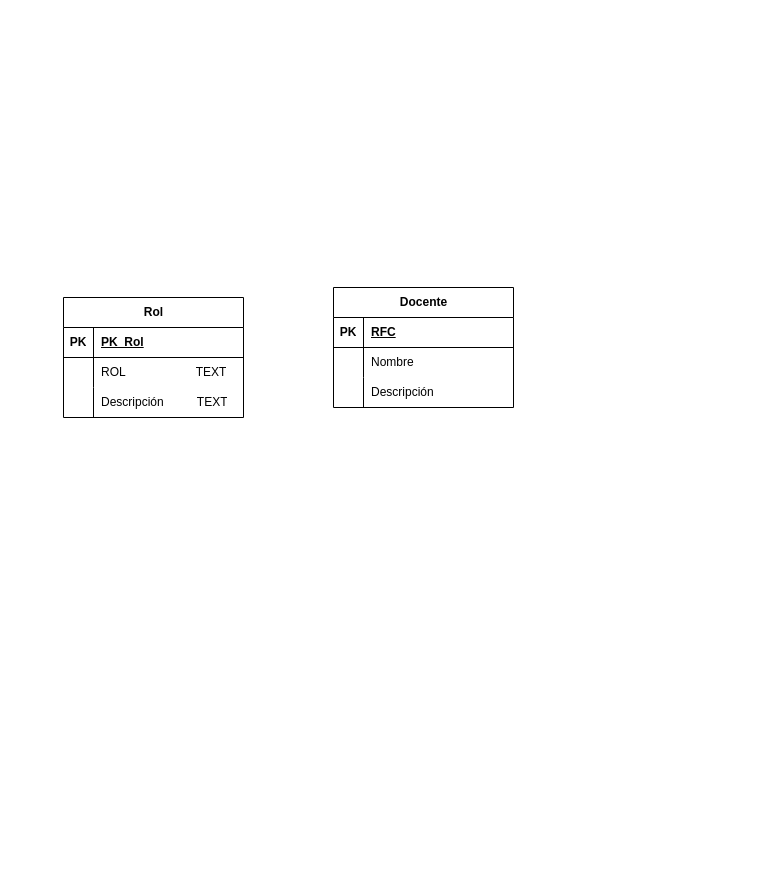
Earlier version of the draw.io diagram Diagrama sin título.drawio (OSCARCH2002/diagramas). Source tidied: cells renumbered, new cells numbered last; positions are measured from the earlier drawing's top-left corner, leaving out a move shared by most shapes. Both pictures are drawn from the tidied source at 100%, with x=0, y=0 at pixel (63, 287).
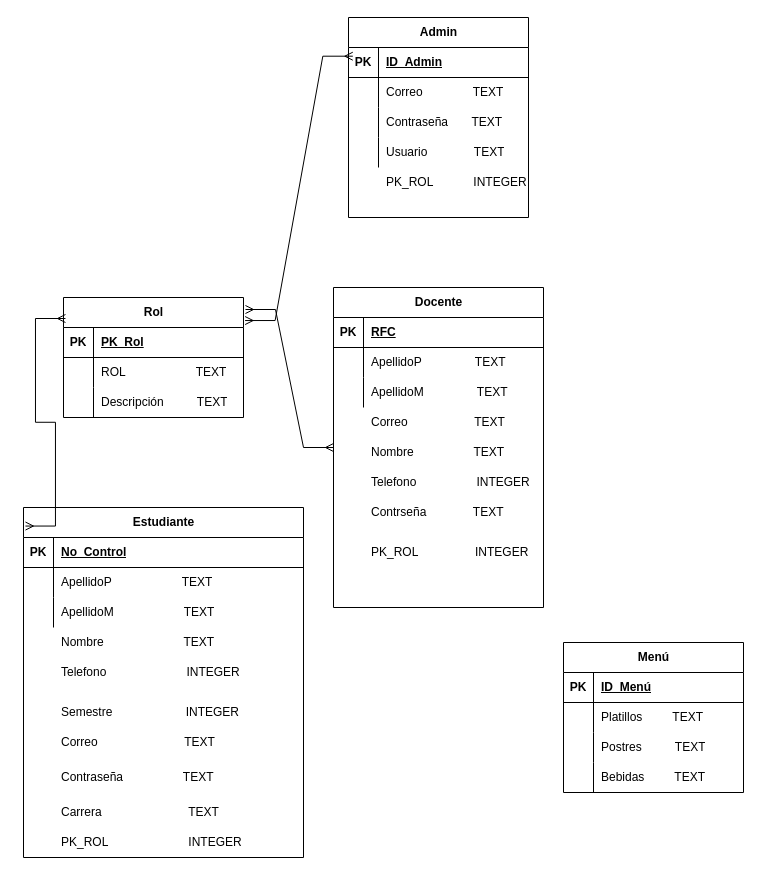
The same diagram, later.

Unchanged cells that the change refers to:
```xml
<mxCell id="2" value="Rol" style="shape=table;startSize=30;childLayout=tableLayout;rowLines=0;fontStyle=1;align=center;html=1;" parent="1" vertex="1">
  <mxGeometry y="10" width="180" height="120" as="geometry" />
</mxCell>
```

Diff of the diagram source:
```diff
@@
     <mxCell id="12" value="Docente" style="shape=table;startSize=30;childLayout=tableLayout;rowLines=0;fontStyle=1;align=center;html=1;" parent="1" vertex="1">
-      <mxGeometry x="270" width="180" height="120" as="geometry" />
+      <mxGeometry x="270" width="210" height="320" as="geometry" />
     </mxCell>
     <mxCell id="13" style="shape=tableRow;horizontal=0;startSize=0;swimlaneHead=0;swimlaneBody=0;fillColor=none;top=0;left=0;right=0;bottom=1;" parent="12" vertex="1">
-      <mxGeometry y="30" width="180" height="30" as="geometry" />
+      <mxGeometry y="30" width="210" height="30" as="geometry" />
     </mxCell>
@@
     <mxCell id="15" value="RFC" style="shape=partialRectangle;fillColor=none;top=0;left=0;bottom=0;right=0;align=left;spacingLeft=6;fontStyle=5;overflow=hidden;whiteSpace=wrap;html=1;" parent="13" vertex="1">
-      <mxGeometry x="30" width="150" height="30" as="geometry" />
+      <mxGeometry x="30" width="180" height="30" as="geometry" />
     </mxCell>
     <mxCell id="16" style="shape=tableRow;horizontal=0;startSize=0;swimlaneHead=0;swimlaneBody=0;fillColor=none;top=0;left=0;right=0;bottom=0;" parent="12" vertex="1">
-      <mxGeometry y="60" width="180" height="30" as="geometry" />
+      <mxGeometry y="60" width="210" height="30" as="geometry" />
     </mxCell>
@@
-    <mxCell id="18" value="Nombre" style="shape=partialRectangle;fillColor=none;top=0;left=0;bottom=0;right=0;align=left;spacingLeft=6;overflow=hidden;whiteSpace=wrap;html=1;" parent="16" vertex="1">
-      <mxGeometry x="30" width="150" height="30" as="geometry" />
+    <mxCell id="18" value="ApellidoP&amp;nbsp; &amp;nbsp; &amp;nbsp; &amp;nbsp; &amp;nbsp; &amp;nbsp; &amp;nbsp; &amp;nbsp; TEXT" style="shape=partialRectangle;fillColor=none;top=0;left=0;bottom=0;right=0;align=left;spacingLeft=6;overflow=hidden;whiteSpace=wrap;html=1;" parent="16" vertex="1">
+      <mxGeometry x="30" width="180" height="30" as="geometry" />
     </mxCell>
     <mxCell id="19" style="shape=tableRow;horizontal=0;startSize=0;swimlaneHead=0;swimlaneBody=0;fillColor=none;top=0;left=0;right=0;bottom=0;" parent="12" vertex="1">
-      <mxGeometry y="90" width="180" height="30" as="geometry" />
+      <mxGeometry y="90" width="210" height="30" as="geometry" />
     </mxCell>
@@
-    <mxCell id="21" value="Descripción" style="shape=partialRectangle;fillColor=none;top=0;left=0;bottom=0;right=0;align=left;spacingLeft=6;overflow=hidden;whiteSpace=wrap;html=1;" parent="19" vertex="1">
-      <mxGeometry x="30" width="150" height="30" as="geometry" />
+    <mxCell id="21" value="ApellidoM&amp;nbsp; &amp;nbsp; &amp;nbsp; &amp;nbsp; &amp;nbsp; &amp;nbsp; &amp;nbsp; &amp;nbsp; TEXT" style="shape=partialRectangle;fillColor=none;top=0;left=0;bottom=0;right=0;align=left;spacingLeft=6;overflow=hidden;whiteSpace=wrap;html=1;" parent="19" vertex="1">
+      <mxGeometry x="30" width="180" height="30" as="geometry" />
     </mxCell>
+    <mxCell id="22" value="Correo&amp;nbsp; &amp;nbsp; &amp;nbsp; &amp;nbsp; &amp;nbsp; &amp;nbsp; &amp;nbsp; &amp;nbsp; &amp;nbsp; &amp;nbsp; TEXT" style="shape=partialRectangle;fillColor=none;top=0;left=0;bottom=0;right=0;align=left;spacingLeft=6;overflow=hidden;whiteSpace=wrap;html=1;" parent="1" vertex="1">
+      <mxGeometry x="300" y="120" width="150" height="30" as="geometry" />
+    </mxCell>
+    <mxCell id="23" value="Nombre&amp;nbsp; &amp;nbsp; &amp;nbsp; &amp;nbsp; &amp;nbsp; &amp;nbsp; &amp;nbsp; &amp;nbsp; &amp;nbsp; TEXT" style="shape=partialRectangle;fillColor=none;top=0;left=0;bottom=0;right=0;align=left;spacingLeft=6;overflow=hidden;whiteSpace=wrap;html=1;" parent="1" vertex="1">
+      <mxGeometry x="300" y="150" width="150" height="30" as="geometry" />
+    </mxCell>
+    <mxCell id="24" value="Telefono&amp;nbsp; &amp;nbsp; &amp;nbsp; &amp;nbsp; &amp;nbsp; &amp;nbsp; &amp;nbsp; &amp;nbsp; &amp;nbsp; INTEGER" style="shape=partialRectangle;fillColor=none;top=0;left=0;bottom=0;right=0;align=left;spacingLeft=6;overflow=hidden;whiteSpace=wrap;html=1;" parent="1" vertex="1">
+      <mxGeometry x="300" y="180" width="170" height="30" as="geometry" />
+    </mxCell>
+    <mxCell id="25" style="edgeStyle=entityRelationEdgeStyle;fontSize=12;html=1;endArrow=ERmany;startArrow=ERmany;rounded=0;entryX=1.011;entryY=0.1;entryDx=0;entryDy=0;entryPerimeter=0;exitX=0;exitY=0.5;exitDx=0;exitDy=0;" parent="1" edge="1" source="12" target="2">
+      <mxGeometry relative="1" as="geometry" />
+    </mxCell>
+    <mxCell id="26" value="Estudiante" style="shape=table;startSize=30;childLayout=tableLayout;rowLines=0;fontStyle=1;align=center;html=1;" parent="1" vertex="1">
+      <mxGeometry x="-40" y="220" width="280" height="350" as="geometry" />
+    </mxCell>
+    <mxCell id="27" style="shape=tableRow;horizontal=0;startSize=0;swimlaneHead=0;swimlaneBody=0;fillColor=none;top=0;left=0;right=0;bottom=1;" parent="26" vertex="1">
+      <mxGeometry y="30" width="280" height="30" as="geometry" />
+    </mxCell>
+    <mxCell id="28" value="PK" style="shape=partialRectangle;fillColor=none;top=0;left=0;bottom=0;right=0;fontStyle=1;overflow=hidden;whiteSpace=wrap;html=1;" parent="27" vertex="1">
+      <mxGeometry width="30" height="30" as="geometry" />
+    </mxCell>
+    <mxCell id="29" value="No_Control" style="shape=partialRectangle;fillColor=none;top=0;left=0;bottom=0;right=0;align=left;spacingLeft=6;fontStyle=5;overflow=hidden;whiteSpace=wrap;html=1;" parent="27" vertex="1">
+      <mxGeometry x="30" width="250" height="30" as="geometry" />
+    </mxCell>
+    <mxCell id="30" style="shape=tableRow;horizontal=0;startSize=0;swimlaneHead=0;swimlaneBody=0;fillColor=none;top=0;left=0;right=0;bottom=0;" parent="26" vertex="1">
+      <mxGeometry y="60" width="280" height="30" as="geometry" />
+    </mxCell>
+    <mxCell id="31" style="shape=partialRectangle;fillColor=none;top=0;left=0;bottom=0;right=0;overflow=hidden;whiteSpace=wrap;html=1;" parent="30" vertex="1">
+      <mxGeometry width="30" height="30" as="geometry" />
+    </mxCell>
+    <mxCell id="32" value="ApellidoP&amp;nbsp; &amp;nbsp; &amp;nbsp; &amp;nbsp; &amp;nbsp; &amp;nbsp; &amp;nbsp; &amp;nbsp; &amp;nbsp; &amp;nbsp; &amp;nbsp;TEXT" style="shape=partialRectangle;fillColor=none;top=0;left=0;bottom=0;right=0;align=left;spacingLeft=6;overflow=hidden;whiteSpace=wrap;html=1;" parent="30" vertex="1">
+      <mxGeometry x="30" width="250" height="30" as="geometry" />
+    </mxCell>
+    <mxCell id="33" style="shape=tableRow;horizontal=0;startSize=0;swimlaneHead=0;swimlaneBody=0;fillColor=none;top=0;left=0;right=0;bottom=0;" parent="26" vertex="1">
+      <mxGeometry y="90" width="280" height="30" as="geometry" />
+    </mxCell>
+    <mxCell id="34" style="shape=partialRectangle;fillColor=none;top=0;left=0;bottom=0;right=0;overflow=hidden;whiteSpace=wrap;html=1;" parent="33" vertex="1">
+      <mxGeometry width="30" height="30" as="geometry" />
+    </mxCell>
+    <mxCell id="35" value="ApellidoM&amp;nbsp; &amp;nbsp; &amp;nbsp; &amp;nbsp; &amp;nbsp; &amp;nbsp; &amp;nbsp; &amp;nbsp; &amp;nbsp; &amp;nbsp; &amp;nbsp;TEXT" style="shape=partialRectangle;fillColor=none;top=0;left=0;bottom=0;right=0;align=left;spacingLeft=6;overflow=hidden;whiteSpace=wrap;html=1;" parent="33" vertex="1">
+      <mxGeometry x="30" width="250" height="30" as="geometry" />
+    </mxCell>
+    <mxCell id="36" value="Nombre&amp;nbsp; &amp;nbsp; &amp;nbsp; &amp;nbsp; &amp;nbsp; &amp;nbsp; &amp;nbsp; &amp;nbsp; &amp;nbsp; &amp;nbsp; &amp;nbsp; &amp;nbsp; TEXT" style="shape=partialRectangle;fillColor=none;top=0;left=0;bottom=0;right=0;align=left;spacingLeft=6;overflow=hidden;whiteSpace=wrap;html=1;" parent="1" vertex="1">
+      <mxGeometry x="-10" y="340" width="180" height="30" as="geometry" />
+    </mxCell>
+    <mxCell id="37" value="Telefono&amp;nbsp; &amp;nbsp; &amp;nbsp; &amp;nbsp; &amp;nbsp; &amp;nbsp; &amp;nbsp; &amp;nbsp; &amp;nbsp; &amp;nbsp; &amp;nbsp; &amp;nbsp; INTEGER" style="shape=partialRectangle;fillColor=none;top=0;left=0;bottom=0;right=0;align=left;spacingLeft=6;overflow=hidden;whiteSpace=wrap;html=1;" parent="1" vertex="1">
+      <mxGeometry x="-10" y="370" width="210" height="30" as="geometry" />
+    </mxCell>
+    <mxCell id="38" value="Semestre&amp;nbsp; &amp;nbsp; &amp;nbsp; &amp;nbsp; &amp;nbsp; &amp;nbsp; &amp;nbsp; &amp;nbsp; &amp;nbsp; &amp;nbsp; &amp;nbsp; INTEGER" style="shape=partialRectangle;fillColor=none;top=0;left=0;bottom=0;right=0;align=left;spacingLeft=6;overflow=hidden;whiteSpace=wrap;html=1;" parent="1" vertex="1">
+      <mxGeometry x="-10" y="410" width="190" height="30" as="geometry" />
+    </mxCell>
+    <mxCell id="39" value="Correo&amp;nbsp; &amp;nbsp; &amp;nbsp; &amp;nbsp; &amp;nbsp; &amp;nbsp; &amp;nbsp; &amp;nbsp; &amp;nbsp; &amp;nbsp; &amp;nbsp; &amp;nbsp; &amp;nbsp; TEXT" style="shape=partialRectangle;fillColor=none;top=0;left=0;bottom=0;right=0;align=left;spacingLeft=6;overflow=hidden;whiteSpace=wrap;html=1;" parent="1" vertex="1">
+      <mxGeometry x="-10" y="440" width="180" height="30" as="geometry" />
+    </mxCell>
+    <mxCell id="40" value="Contraseña&amp;nbsp; &amp;nbsp; &amp;nbsp; &amp;nbsp; &amp;nbsp; &amp;nbsp; &amp;nbsp; &amp;nbsp; &amp;nbsp; TEXT" style="shape=partialRectangle;fillColor=none;top=0;left=0;bottom=0;right=0;align=left;spacingLeft=6;overflow=hidden;whiteSpace=wrap;html=1;" parent="1" vertex="1">
+      <mxGeometry x="-10" y="475" width="180" height="30" as="geometry" />
+    </mxCell>
+    <mxCell id="41" value="Carrera&amp;nbsp; &amp;nbsp; &amp;nbsp; &amp;nbsp; &amp;nbsp; &amp;nbsp; &amp;nbsp; &amp;nbsp; &amp;nbsp; &amp;nbsp; &amp;nbsp; &amp;nbsp; &amp;nbsp; TEXT" style="shape=partialRectangle;fillColor=none;top=0;left=0;bottom=0;right=0;align=left;spacingLeft=6;overflow=hidden;whiteSpace=wrap;html=1;" parent="1" vertex="1">
+      <mxGeometry x="-10" y="510" width="180" height="30" as="geometry" />
+    </mxCell>
+    <mxCell id="42" style="edgeStyle=entityRelationEdgeStyle;fontSize=12;html=1;endArrow=ERmany;startArrow=ERmany;rounded=0;entryX=0.011;entryY=0.175;entryDx=0;entryDy=0;entryPerimeter=0;exitX=0.007;exitY=0.053;exitDx=0;exitDy=0;exitPerimeter=0;" parent="1" edge="1" source="26" target="2">
+      <mxGeometry relative="1" as="geometry" />
+    </mxCell>
+    <mxCell id="43" value="Admin" style="shape=table;startSize=30;childLayout=tableLayout;rowLines=0;fontStyle=1;align=center;html=1;" parent="1" vertex="1">
+      <mxGeometry x="285" y="-270" width="180" height="200" as="geometry" />
+    </mxCell>
+    <mxCell id="44" style="shape=tableRow;horizontal=0;startSize=0;swimlaneHead=0;swimlaneBody=0;fillColor=none;points=[[0,0.5],[1,0.5]];portConstraint=eastwest;top=0;left=0;right=0;bottom=1;" parent="43" vertex="1">
+      <mxGeometry y="30" width="180" height="30" as="geometry" />
+    </mxCell>
+    <mxCell id="45" value="PK" style="shape=partialRectangle;fillColor=none;top=0;left=0;bottom=0;right=0;fontStyle=1;overflow=hidden;whiteSpace=wrap;html=1;" parent="44" vertex="1">
+      <mxGeometry width="30" height="30" as="geometry" />
+    </mxCell>
+    <mxCell id="46" value="ID_Admin" style="shape=partialRectangle;fillColor=none;top=0;left=0;bottom=0;right=0;align=left;spacingLeft=6;fontStyle=5;overflow=hidden;whiteSpace=wrap;html=1;" parent="44" vertex="1">
+      <mxGeometry x="30" width="150" height="30" as="geometry" />
+    </mxCell>
+    <mxCell id="47" style="shape=tableRow;horizontal=0;startSize=0;swimlaneHead=0;swimlaneBody=0;fillColor=none;top=0;left=0;right=0;bottom=0;" parent="43" vertex="1">
+      <mxGeometry y="60" width="180" height="30" as="geometry" />
+    </mxCell>
+    <mxCell id="48" style="shape=partialRectangle;fillColor=none;top=0;left=0;bottom=0;right=0;overflow=hidden;whiteSpace=wrap;html=1;" parent="47" vertex="1">
+      <mxGeometry width="30" height="30" as="geometry" />
+    </mxCell>
+    <mxCell id="49" value="Correo&amp;nbsp; &amp;nbsp; &amp;nbsp; &amp;nbsp; &amp;nbsp; &amp;nbsp; &amp;nbsp; &amp;nbsp;TEXT" style="shape=partialRectangle;fillColor=none;top=0;left=0;bottom=0;right=0;align=left;spacingLeft=6;overflow=hidden;whiteSpace=wrap;html=1;" parent="47" vertex="1">
+      <mxGeometry x="30" width="150" height="30" as="geometry" />
+    </mxCell>
+    <mxCell id="50" style="shape=tableRow;horizontal=0;startSize=0;swimlaneHead=0;swimlaneBody=0;fillColor=none;top=0;left=0;right=0;bottom=0;" parent="43" vertex="1">
+      <mxGeometry y="90" width="180" height="30" as="geometry" />
+    </mxCell>
+    <mxCell id="51" style="shape=partialRectangle;fillColor=none;top=0;left=0;bottom=0;right=0;overflow=hidden;whiteSpace=wrap;html=1;" parent="50" vertex="1">
+      <mxGeometry width="30" height="30" as="geometry" />
+    </mxCell>
+    <mxCell id="52" value="Contraseña&amp;nbsp; &amp;nbsp; &amp;nbsp; &amp;nbsp;TEXT" style="shape=partialRectangle;fillColor=none;top=0;left=0;bottom=0;right=0;align=left;spacingLeft=6;overflow=hidden;whiteSpace=wrap;html=1;" parent="50" vertex="1">
+      <mxGeometry x="30" width="150" height="30" as="geometry" />
+    </mxCell>
+    <mxCell id="53" style="shape=tableRow;horizontal=0;startSize=0;swimlaneHead=0;swimlaneBody=0;fillColor=none;top=0;left=0;right=0;bottom=0;" parent="43" vertex="1">
+      <mxGeometry y="120" width="180" height="30" as="geometry" />
+    </mxCell>
+    <mxCell id="54" style="shape=partialRectangle;fillColor=none;top=0;left=0;bottom=0;right=0;overflow=hidden;whiteSpace=wrap;html=1;" parent="53" vertex="1">
+      <mxGeometry width="30" height="30" as="geometry" />
+    </mxCell>
+    <mxCell id="55" value="Usuario&amp;nbsp; &amp;nbsp; &amp;nbsp; &amp;nbsp; &amp;nbsp; &amp;nbsp; &amp;nbsp; TEXT" style="shape=partialRectangle;fillColor=none;top=0;left=0;bottom=0;right=0;align=left;spacingLeft=6;overflow=hidden;whiteSpace=wrap;html=1;" parent="53" vertex="1">
+      <mxGeometry x="30" width="150" height="30" as="geometry" />
+    </mxCell>
+    <mxCell id="56" value="PK_ROL&amp;nbsp; &amp;nbsp; &amp;nbsp; &amp;nbsp; &amp;nbsp; &amp;nbsp; &amp;nbsp; &amp;nbsp; &amp;nbsp;INTEGER" style="shape=partialRectangle;fillColor=none;top=0;left=0;bottom=0;right=0;align=left;spacingLeft=6;overflow=hidden;whiteSpace=wrap;html=1;" parent="1" vertex="1">
+      <mxGeometry x="300" y="250" width="170" height="30" as="geometry" />
+    </mxCell>
+    <mxCell id="57" value="PK_ROL&amp;nbsp; &amp;nbsp; &amp;nbsp; &amp;nbsp; &amp;nbsp; &amp;nbsp; &amp;nbsp; &amp;nbsp; &amp;nbsp; &amp;nbsp; &amp;nbsp; &amp;nbsp; INTEGER" style="shape=partialRectangle;fillColor=none;top=0;left=0;bottom=0;right=0;align=left;spacingLeft=6;overflow=hidden;whiteSpace=wrap;html=1;" parent="1" vertex="1">
+      <mxGeometry x="-10" y="540" width="230" height="30" as="geometry" />
+    </mxCell>
+    <mxCell id="58" value="Contrseña&amp;nbsp; &amp;nbsp; &amp;nbsp; &amp;nbsp; &amp;nbsp; &amp;nbsp; &amp;nbsp; TEXT" style="shape=partialRectangle;fillColor=none;top=0;left=0;bottom=0;right=0;align=left;spacingLeft=6;overflow=hidden;whiteSpace=wrap;html=1;" parent="1" vertex="1">
+      <mxGeometry x="300" y="210" width="170" height="30" as="geometry" />
+    </mxCell>
+    <mxCell id="59" value="PK_ROL&amp;nbsp; &amp;nbsp; &amp;nbsp; &amp;nbsp; &amp;nbsp; &amp;nbsp; INTEGER" style="shape=partialRectangle;fillColor=none;top=0;left=0;bottom=0;right=0;align=left;spacingLeft=6;overflow=hidden;whiteSpace=wrap;html=1;" parent="1" vertex="1">
+      <mxGeometry x="315" y="-120" width="150" height="30" as="geometry" />
+    </mxCell>
+    <mxCell id="60" style="edgeStyle=entityRelationEdgeStyle;fontSize=12;html=1;endArrow=ERmany;startArrow=ERmany;rounded=0;entryX=0.024;entryY=0.29;entryDx=0;entryDy=0;entryPerimeter=0;exitX=1.009;exitY=0.192;exitDx=0;exitDy=0;exitPerimeter=0;" parent="1" edge="1" source="2" target="44">
+      <mxGeometry relative="1" as="geometry" />
+    </mxCell>
+    <mxCell id="61" value="Menú" style="shape=table;startSize=30;childLayout=tableLayout;rowLines=0;fontStyle=1;align=center;html=1;" parent="1" vertex="1">
+      <mxGeometry x="500" y="355" width="180" height="150" as="geometry" />
+    </mxCell>
+    <mxCell id="62" style="shape=tableRow;horizontal=0;startSize=0;swimlaneHead=0;swimlaneBody=0;fillColor=none;top=0;left=0;right=0;bottom=1;" parent="61" vertex="1">
+      <mxGeometry y="30" width="180" height="30" as="geometry" />
+    </mxCell>
+    <mxCell id="63" value="PK" style="shape=partialRectangle;fillColor=none;top=0;left=0;bottom=0;right=0;fontStyle=1;overflow=hidden;whiteSpace=wrap;html=1;" parent="62" vertex="1">
+      <mxGeometry width="30" height="30" as="geometry" />
+    </mxCell>
+    <mxCell id="64" value="ID_Menú" style="shape=partialRectangle;fillColor=none;top=0;left=0;bottom=0;right=0;align=left;spacingLeft=6;fontStyle=5;overflow=hidden;whiteSpace=wrap;html=1;" parent="62" vertex="1">
+      <mxGeometry x="30" width="150" height="30" as="geometry" />
+    </mxCell>
+    <mxCell id="65" style="shape=tableRow;horizontal=0;startSize=0;swimlaneHead=0;swimlaneBody=0;fillColor=none;top=0;left=0;right=0;bottom=0;" parent="61" vertex="1">
+      <mxGeometry y="60" width="180" height="30" as="geometry" />
+    </mxCell>
+    <mxCell id="66" style="shape=partialRectangle;fillColor=none;top=0;left=0;bottom=0;right=0;overflow=hidden;whiteSpace=wrap;html=1;" parent="65" vertex="1">
+      <mxGeometry width="30" height="30" as="geometry" />
+    </mxCell>
+    <mxCell id="67" value="Platillos&amp;nbsp; &amp;nbsp; &amp;nbsp; &amp;nbsp; &amp;nbsp;TEXT" style="shape=partialRectangle;fillColor=none;top=0;left=0;bottom=0;right=0;align=left;spacingLeft=6;overflow=hidden;whiteSpace=wrap;html=1;" parent="65" vertex="1">
+      <mxGeometry x="30" width="150" height="30" as="geometry" />
+    </mxCell>
+    <mxCell id="68" style="shape=tableRow;horizontal=0;startSize=0;swimlaneHead=0;swimlaneBody=0;fillColor=none;top=0;left=0;right=0;bottom=0;" parent="61" vertex="1">
+      <mxGeometry y="90" width="180" height="30" as="geometry" />
+    </mxCell>
+    <mxCell id="69" style="shape=partialRectangle;fillColor=none;top=0;left=0;bottom=0;right=0;overflow=hidden;whiteSpace=wrap;html=1;" parent="68" vertex="1">
+      <mxGeometry width="30" height="30" as="geometry" />
+    </mxCell>
+    <mxCell id="70" value="Postres&amp;nbsp; &amp;nbsp; &amp;nbsp; &amp;nbsp; &amp;nbsp; TEXT" style="shape=partialRectangle;fillColor=none;top=0;left=0;bottom=0;right=0;align=left;spacingLeft=6;overflow=hidden;whiteSpace=wrap;html=1;" parent="68" vertex="1">
+      <mxGeometry x="30" width="150" height="30" as="geometry" />
+    </mxCell>
+    <mxCell id="71" style="shape=tableRow;horizontal=0;startSize=0;swimlaneHead=0;swimlaneBody=0;fillColor=none;top=0;left=0;right=0;bottom=0;" parent="61" vertex="1">
+      <mxGeometry y="120" width="180" height="30" as="geometry" />
+    </mxCell>
+    <mxCell id="72" style="shape=partialRectangle;fillColor=none;top=0;left=0;bottom=0;right=0;overflow=hidden;whiteSpace=wrap;html=1;" parent="71" vertex="1">
+      <mxGeometry width="30" height="30" as="geometry" />
+    </mxCell>
+    <mxCell id="73" value="Bebidas&amp;nbsp; &amp;nbsp; &amp;nbsp; &amp;nbsp; &amp;nbsp;TEXT" style="shape=partialRectangle;fillColor=none;top=0;left=0;bottom=0;right=0;align=left;spacingLeft=6;overflow=hidden;whiteSpace=wrap;html=1;" parent="71" vertex="1">
+      <mxGeometry x="30" width="150" height="30" as="geometry" />
+    </mxCell>
```
